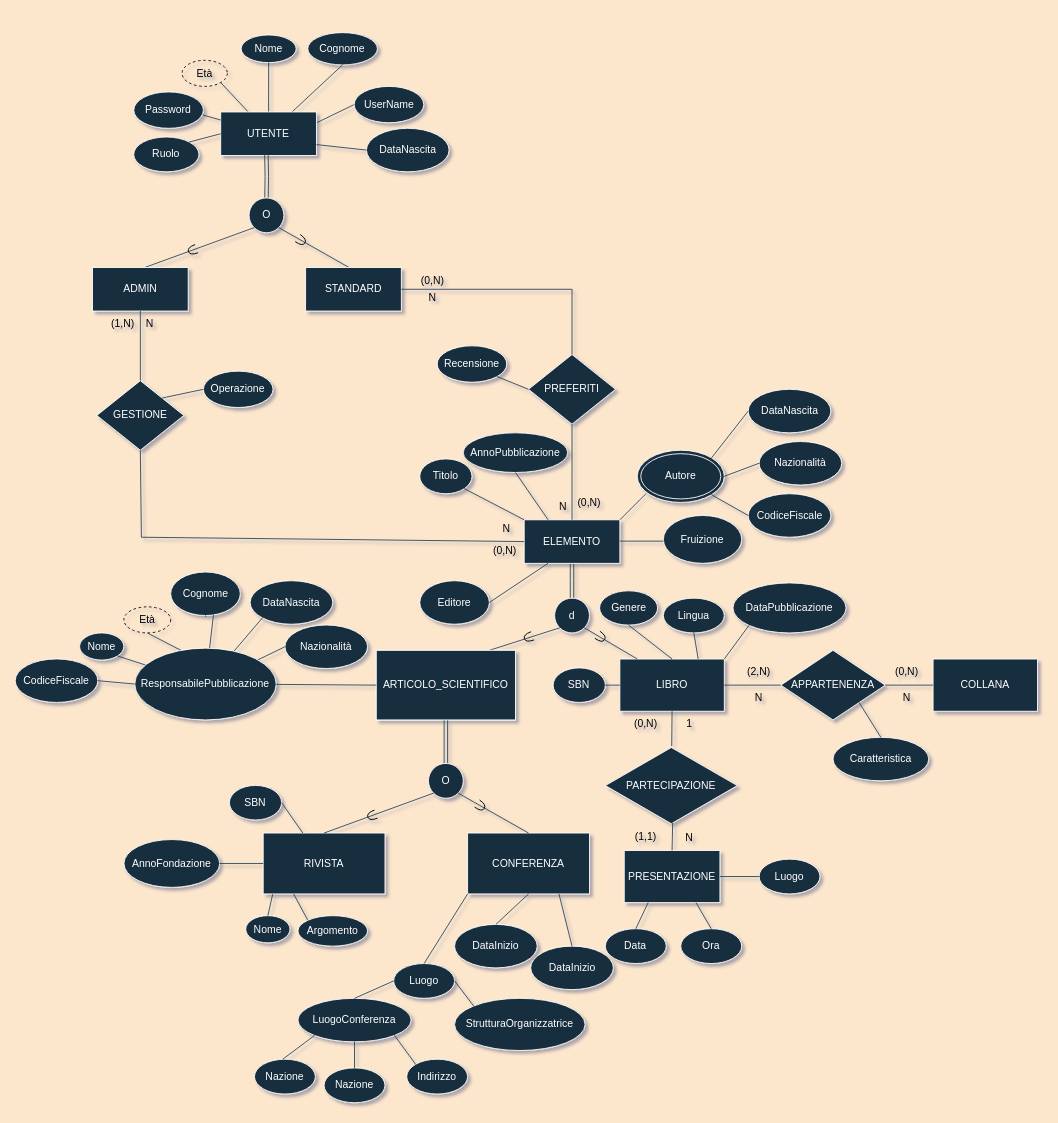
Above: diagrammaER_v1.1.2.drawio in Giovk/Sistema-di-una-Bibleoteca-Digitale (draw.io), before the change. Source tidied: cells renumbered, new cells numbered last; positions are measured from the earlier drawing's top-left corner, leaving out a move shared by most shapes. Both pictures are drawn from the tidied source at 87%, with x=0, y=0 at pixel (15, 32).
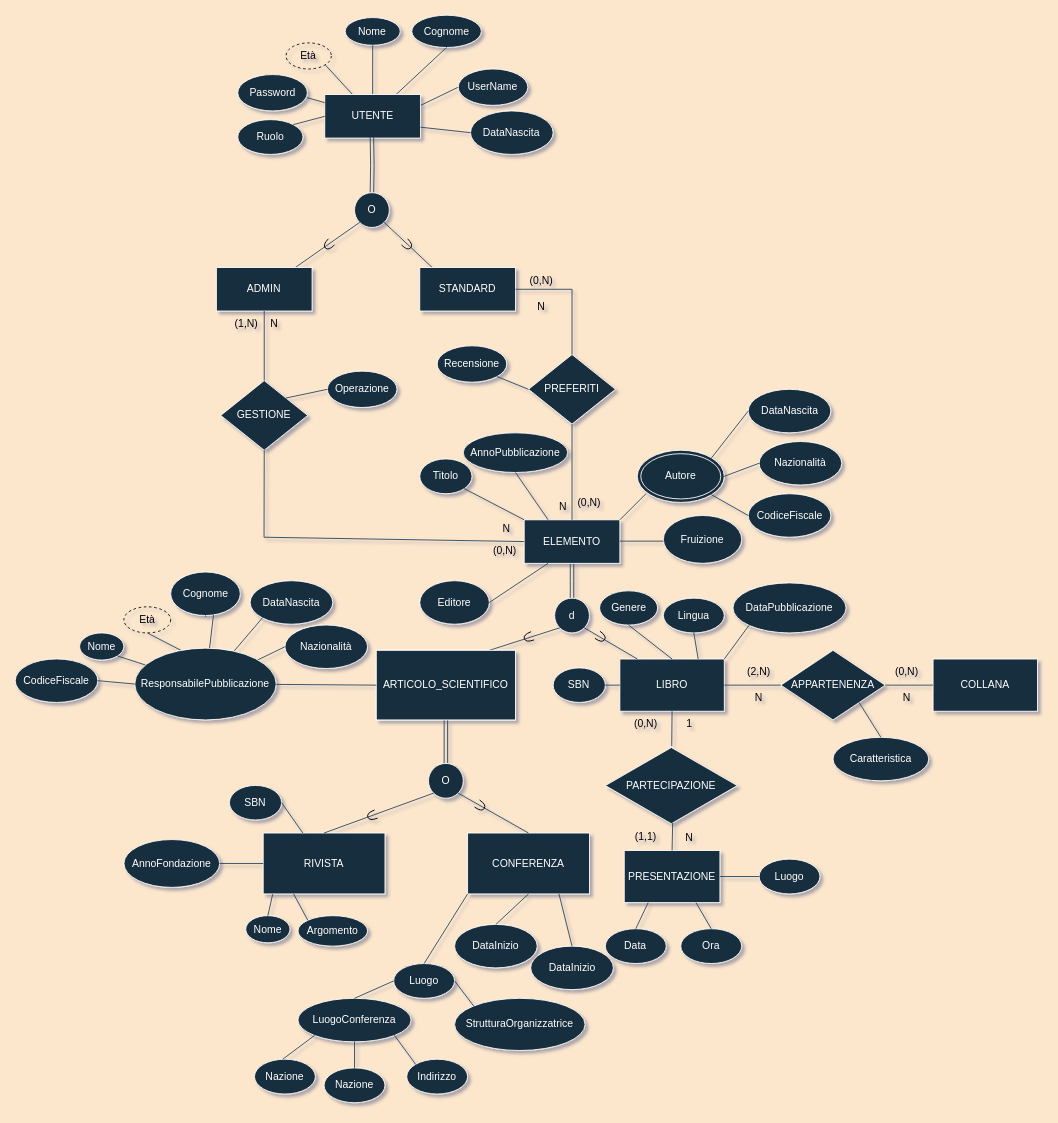
Above is the later version.

Unchanged cells that the change refers to:
```xml
<mxCell id="3" value="ELEMENTO" style="rounded=0;whiteSpace=wrap;html=1;fillColor=#182E3E;strokeColor=#FFFFFF;fontColor=#FFFFFF;" parent="1" vertex="1">
  <mxGeometry x="585" y="560" width="110" height="50" as="geometry" />
</mxCell>
```

Change to the diagram source:
```diff
@@
     <mxCell id="12" value="Nome" style="ellipse;whiteSpace=wrap;html=1;fillColor=#182E3E;strokeColor=#FFFFFF;fontColor=#FFFFFF;" parent="1" vertex="1">
-      <mxGeometry x="259.7" y="2.7" width="63.2" height="31.8" as="geometry" />
+      <mxGeometry x="379.3" y="-17.3" width="63.2" height="31.8" as="geometry" />
     </mxCell>
@@
     <mxCell id="14" value="Cognome" style="ellipse;whiteSpace=wrap;html=1;fillColor=#182E3E;strokeColor=#FFFFFF;fontColor=#FFFFFF;" parent="1" vertex="1">
-      <mxGeometry x="336.3" width="80" height="37.1" as="geometry" />
+      <mxGeometry x="455.8" y="-20" width="80" height="37.1" as="geometry" />
     </mxCell>
@@
     <mxCell id="51" value="&lt;font color=&quot;#000000&quot;&gt;Età&lt;/font&gt;" style="ellipse;whiteSpace=wrap;html=1;align=center;dashed=1;strokeColor=#000000;fontColor=#FFFFFF;fillColor=none;" parent="1" vertex="1">
-      <mxGeometry x="191.8" y="31.8" width="52" height="30" as="geometry" />
+      <mxGeometry x="311.3" y="11.8" width="52" height="30" as="geometry" />
     </mxCell>
@@
     <mxCell id="111" value="UTENTE" style="rounded=0;whiteSpace=wrap;html=1;fillColor=#182E3E;strokeColor=#FFFFFF;fontColor=#FFFFFF;" parent="1" vertex="1">
-      <mxGeometry x="236.2" y="91.2" width="110" height="50" as="geometry" />
+      <mxGeometry x="355.8" y="71.2" width="110" height="50" as="geometry" />
     </mxCell>
     <mxCell id="112" value="UserName" style="ellipse;whiteSpace=wrap;html=1;fillColor=#182E3E;strokeColor=#FFFFFF;fontColor=#FFFFFF;" parent="1" vertex="1">
-      <mxGeometry x="389.6" y="61.8" width="80" height="41.8" as="geometry" />
+      <mxGeometry x="509.2" y="41.8" width="80" height="41.8" as="geometry" />
     </mxCell>
     <mxCell id="113" value="Password" style="ellipse;whiteSpace=wrap;html=1;fillColor=#182E3E;strokeColor=#FFFFFF;fontColor=#FFFFFF;" parent="1" vertex="1">
-      <mxGeometry x="136.3" y="68.2" width="80" height="41.8" as="geometry" />
+      <mxGeometry x="255.8" y="48.2" width="80" height="41.8" as="geometry" />
     </mxCell>
@@
     <mxCell id="116" value="DataNascita" style="ellipse;whiteSpace=wrap;html=1;fillColor=#182E3E;strokeColor=#FFFFFF;fontColor=#FFFFFF;" parent="1" vertex="1">
-      <mxGeometry x="403.7" y="110" width="95" height="50" as="geometry" />
+      <mxGeometry x="523.3" y="90" width="95" height="50" as="geometry" />
     </mxCell>
@@
     <mxCell id="122" value="Ruolo" style="ellipse;whiteSpace=wrap;html=1;fillColor=#182E3E;strokeColor=#FFFFFF;fontColor=#FFFFFF;" parent="1" vertex="1">
-      <mxGeometry x="136.2" y="120" width="75" height="40" as="geometry" />
+      <mxGeometry x="255.8" y="100" width="75" height="40" as="geometry" />
     </mxCell>
@@
-    <mxCell id="124" style="edgeStyle=orthogonalEdgeStyle;shape=link;rounded=0;jettySize=auto;html=1;exitX=0.5;exitY=1;exitDx=0;exitDy=0;strokeColor=#23445D;fontColor=#000000;" parent="1" edge="1" target="125">
+    <mxCell id="124" style="edgeStyle=orthogonalEdgeStyle;shape=link;rounded=0;jettySize=auto;html=1;strokeColor=#23445D;fontColor=#000000;" parent="1" edge="1" target="125">
       <mxGeometry relative="1" as="geometry">
-        <mxPoint x="288.7" y="140" as="sourcePoint" />
+        <mxPoint x="410" y="120" as="sourcePoint" />
       </mxGeometry>
     </mxCell>
     <mxCell id="125" value="O" style="ellipse;whiteSpace=wrap;html=1;fillColor=#182E3E;strokeColor=#FFFFFF;fontColor=#FFFFFF;" parent="1" vertex="1">
-      <mxGeometry x="268.8" y="190" width="40" height="40" as="geometry" />
+      <mxGeometry x="390" y="184" width="40" height="40" as="geometry" />
     </mxCell>
-    <mxCell id="126" style="endArrow=none;html=1;rounded=0;entryX=1;entryY=1;entryDx=0;entryDy=0;exitX=0.5;exitY=0;exitDx=0;exitDy=0;startArrow=none;labelBackgroundColor=#FCE7CD;strokeColor=#23445D;" parent="1" edge="1" target="125">
-      <mxGeometry relative="1" as="geometry">
-        <mxPoint x="383.8" y="270" as="sourcePoint" />
-      </mxGeometry>
+    <mxCell id="126" style="endArrow=none;html=1;rounded=0;entryX=1;entryY=1;entryDx=0;entryDy=0;exitX=0.227;exitY=0.2;exitDx=0;exitDy=0;startArrow=none;labelBackgroundColor=#FCE7CD;strokeColor=#23445D;exitPerimeter=0;" parent="1" edge="1" source="130" target="125">
+      <mxGeometry relative="1" as="geometry" />
     </mxCell>
-    <mxCell id="127" style="endArrow=none;html=1;rounded=0;entryX=0;entryY=1;entryDx=0;entryDy=0;labelBackgroundColor=#FCE7CD;strokeColor=#23445D;exitX=0.5;exitY=0;exitDx=0;exitDy=0;" parent="1" edge="1" target="125">
-      <mxGeometry relative="1" as="geometry">
-        <mxPoint x="148.8" y="270" as="sourcePoint" />
-      </mxGeometry>
+    <mxCell id="127" style="endArrow=none;html=1;rounded=0;entryX=0;entryY=1;entryDx=0;entryDy=0;labelBackgroundColor=#FCE7CD;strokeColor=#23445D;" parent="1" edge="1" source="132" target="125">
+      <mxGeometry relative="1" as="geometry" />
     </mxCell>
-    <mxCell id="128" style="shape=requiredInterface;html=1;verticalLabelPosition=bottom;sketch=0;strokeColor=#000000;fontColor=#000000;fillColor=none;rotation=35;" parent="1" vertex="1">
-      <mxGeometry x="323.8" y="234" width="10" height="10" as="geometry" />
+    <mxCell id="128" style="shape=requiredInterface;html=1;verticalLabelPosition=bottom;sketch=0;strokeColor=#000000;fontColor=#000000;fillColor=none;rotation=45;" parent="1" vertex="1">
+      <mxGeometry x="446" y="239" width="10" height="10" as="geometry" />
     </mxCell>
-    <mxCell id="129" style="shape=requiredInterface;html=1;verticalLabelPosition=bottom;sketch=0;strokeColor=#000000;fontColor=#000000;fillColor=none;rotation=-200;" parent="1" vertex="1">
-      <mxGeometry x="198.8" y="245" width="10" height="10" as="geometry" />
+    <mxCell id="129" style="shape=requiredInterface;html=1;verticalLabelPosition=bottom;sketch=0;strokeColor=#000000;fontColor=#000000;fillColor=none;rotation=-225;" parent="1" vertex="1">
+      <mxGeometry x="355" y="239" width="10" height="10" as="geometry" />
     </mxCell>
     <mxCell id="130" value="STANDARD" style="rounded=0;whiteSpace=wrap;html=1;fillColor=#182E3E;strokeColor=#FFFFFF;fontColor=#FFFFFF;" parent="1" vertex="1">
-      <mxGeometry x="333.8" y="270" width="110" height="50" as="geometry" />
+      <mxGeometry x="465" y="270" width="110" height="50" as="geometry" />
     </mxCell>
@@
     <mxCell id="132" value="ADMIN" style="rounded=0;whiteSpace=wrap;html=1;fillColor=#182E3E;strokeColor=#FFFFFF;fontColor=#FFFFFF;" parent="1" vertex="1">
-      <mxGeometry x="88.8" y="270" width="110" height="50" as="geometry" />
+      <mxGeometry x="231.2" y="270" width="110" height="50" as="geometry" />
     </mxCell>
     <mxCell id="133" value="GESTIONE" style="rhombus;whiteSpace=wrap;html=1;fillColor=#182E3E;strokeColor=#FFFFFF;fontColor=#FFFFFF;" parent="1" vertex="1">
-      <mxGeometry x="93.8" y="400" width="100" height="80" as="geometry" />
+      <mxGeometry x="236.2" y="400" width="100" height="80" as="geometry" />
     </mxCell>
@@
     <mxCell id="135" style="endArrow=none;html=1;rounded=0;strokeColor=#23445D;fontColor=#000000;exitX=0.5;exitY=1;exitDx=0;exitDy=0;entryX=0;entryY=0.5;entryDx=0;entryDy=0;" parent="1" edge="1" source="133" target="3">
       <mxGeometry relative="1" as="geometry">
         <Array as="points">
-          <mxPoint x="145" y="580" />
+          <mxPoint x="286" y="580" />
         </Array>
       </mxGeometry>
     </mxCell>
     <mxCell id="136" value="Operazione" style="ellipse;whiteSpace=wrap;html=1;fillColor=#182E3E;strokeColor=#FFFFFF;fontColor=#FFFFFF;" parent="1" vertex="1">
-      <mxGeometry x="216.3" y="389.1" width="80" height="41.8" as="geometry" />
+      <mxGeometry x="358.8" y="389.1" width="80" height="41.8" as="geometry" />
     </mxCell>
@@
     <mxCell id="138" value="(0,N)" style="text;html=1;strokeColor=none;fillColor=none;align=center;verticalAlign=middle;whiteSpace=wrap;rounded=0;fontColor=#000000;" parent="1" vertex="1">
-      <mxGeometry x="450" y="270" width="60" height="30" as="geometry" />
+      <mxGeometry x="575" y="270" width="60" height="30" as="geometry" />
     </mxCell>
@@
     <mxCell id="140" value="N" style="text;html=1;strokeColor=none;fillColor=none;align=center;verticalAlign=middle;whiteSpace=wrap;rounded=0;fontColor=#000000;" parent="1" vertex="1">
-      <mxGeometry x="450" y="290" width="60" height="30" as="geometry" />
+      <mxGeometry x="575" y="300" width="60" height="30" as="geometry" />
     </mxCell>
@@
     <mxCell id="142" value="(1,N)" style="text;html=1;strokeColor=none;fillColor=none;align=center;verticalAlign=middle;whiteSpace=wrap;rounded=0;fontColor=#000000;" parent="1" vertex="1">
-      <mxGeometry x="93.8" y="320" width="60" height="30" as="geometry" />
+      <mxGeometry x="236.2" y="320" width="60" height="30" as="geometry" />
     </mxCell>
@@
     <mxCell id="144" value="N" style="text;html=1;strokeColor=none;fillColor=none;align=center;verticalAlign=middle;whiteSpace=wrap;rounded=0;fontColor=#000000;" parent="1" vertex="1">
-      <mxGeometry x="125" y="320" width="60" height="30" as="geometry" />
+      <mxGeometry x="267.5" y="320" width="60" height="30" as="geometry" />
     </mxCell>
```
